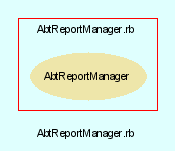
eschabell/abtlinux keeps this Graphviz diagram as src/trunk/doc/dot/f_7.png. Above is the earlier version. Its source is kept beside it as src/trunk/doc/dot/f_7.dot.
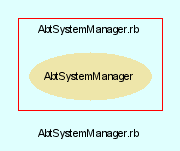
After the change.

What changed in the source:
```diff
@@ -3,24 +3,24 @@
     bgcolor = lightcyan1
     fontname = Arial
     fontsize = 8
-    label = "AbtReportManager.rb"
+    label = "AbtSystemManager.rb"
     node [
         fontname = Arial,
         fontsize = 8,
         color = black
     ]
 
-    subgraph cluster_7 {
+    subgraph cluster_8 {
         fontname = Arial
         color = red
-        label = "AbtReportManager.rb"
-        AbtReportManager [
+        label = "AbtSystemManager.rb"
+        AbtSystemManager [
             fontcolor = black,
-            URL = "classes/AbtReportManager.html",
+            URL = "classes/AbtSystemManager.html",
             shape = ellipse,
             color = palegoldenrod,
             style = filled,
-            label = "AbtReportManager"
+            label = "AbtSystemManager"
         ]
 
     }
```
